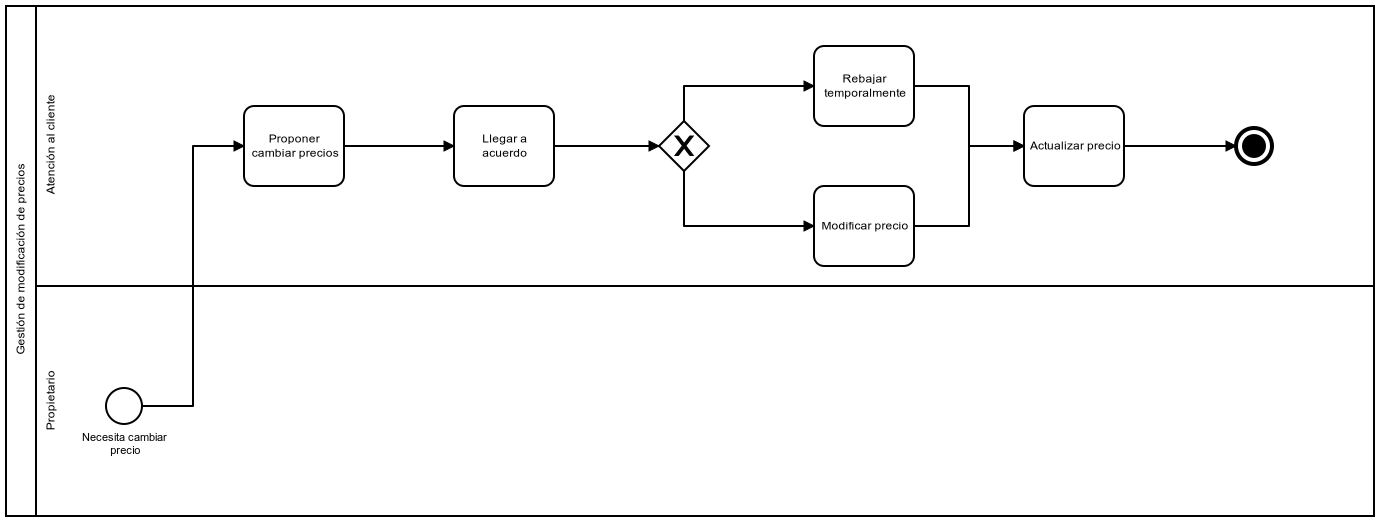
The BPMN diagram diagramas/diagramas actuales/Modificación precio productos.png in felipescalera/Proyecto-IR, before a commit. Its source is kept beside it as diagramas/diagramas actuales/Modificación precio productos.bpmn. Ids are renumbered. The source it was exported from:
```xml
<bpmn:definitions xmlns:xsi="http://www.w3.org/2001/XMLSchema-instance" xmlns:bpmn="http://www.omg.org/spec/BPMN/20100524/MODEL" xmlns:bpmndi="http://www.omg.org/spec/BPMN/20100524/DI" xmlns:dc="http://www.omg.org/spec/DD/20100524/DC" xmlns:di="http://www.omg.org/spec/DD/20100524/DI" id="Definitions_n1" targetNamespace="http://bpmn.io/schema/bpmn" exporter="bpmn-js (https://demo.bpmn.io)" exporterVersion="7.5.0">
  <bpmn:collaboration id="Collaboration_n2">
    <bpmn:participant id="Participant_n3" name="Gestión de modificación de precios" processRef="Process_n4" />
  </bpmn:collaboration>
  <bpmn:process id="Process_n4" isExecutable="false">
    <bpmn:laneSet id="LaneSet_n5">
      <bpmn:lane id="Lane_n6" name="Propietario">
        <bpmn:flowNodeRef>StartEvent_n7</bpmn:flowNodeRef>
      </bpmn:lane>
      <bpmn:lane id="Lane_n8" name="Atención al cliente">
        <bpmn:flowNodeRef>Activity_n9</bpmn:flowNodeRef>
        <bpmn:flowNodeRef>Activity_n10</bpmn:flowNodeRef>
        <bpmn:flowNodeRef>Gateway_n11</bpmn:flowNodeRef>
        <bpmn:flowNodeRef>Activity_n12</bpmn:flowNodeRef>
        <bpmn:flowNodeRef>Activity_n13</bpmn:flowNodeRef>
        <bpmn:flowNodeRef>Activity_n14</bpmn:flowNodeRef>
        <bpmn:flowNodeRef>Event_n15</bpmn:flowNodeRef>
      </bpmn:lane>
    </bpmn:laneSet>
    <bpmn:startEvent id="StartEvent_n7" name="Necesita cambiar precio">
      <bpmn:outgoing>Flow_n16</bpmn:outgoing>
    </bpmn:startEvent>
    <bpmn:task id="Activity_n9" name="Proponer cambiar precios">
      <bpmn:incoming>Flow_n16</bpmn:incoming>
      <bpmn:outgoing>Flow_n17</bpmn:outgoing>
    </bpmn:task>
    <bpmn:task id="Activity_n10" name="Llegar a acuerdo">
      <bpmn:incoming>Flow_n17</bpmn:incoming>
      <bpmn:outgoing>Flow_n18</bpmn:outgoing>
    </bpmn:task>
    <bpmn:exclusiveGateway id="Gateway_n11">
      <bpmn:incoming>Flow_n18</bpmn:incoming>
      <bpmn:outgoing>Flow_n19</bpmn:outgoing>
      <bpmn:outgoing>Flow_n20</bpmn:outgoing>
    </bpmn:exclusiveGateway>
    <bpmn:task id="Activity_n12" name="Rebajar temporalmente">
      <bpmn:incoming>Flow_n19</bpmn:incoming>
      <bpmn:outgoing>Flow_n21</bpmn:outgoing>
    </bpmn:task>
    <bpmn:task id="Activity_n13" name="Modificar precio">
      <bpmn:incoming>Flow_n20</bpmn:incoming>
      <bpmn:outgoing>Flow_n22</bpmn:outgoing>
    </bpmn:task>
    <bpmn:task id="Activity_n14" name="Actualizar precio">
      <bpmn:incoming>Flow_n21</bpmn:incoming>
      <bpmn:incoming>Flow_n22</bpmn:incoming>
      <bpmn:outgoing>Flow_n23</bpmn:outgoing>
    </bpmn:task>
    <bpmn:endEvent id="Event_n15">
      <bpmn:incoming>Flow_n23</bpmn:incoming>
      <bpmn:terminateEventDefinition id="TerminateEventDefinition_n24" />
    </bpmn:endEvent>
    <bpmn:sequenceFlow id="Flow_n16" sourceRef="StartEvent_n7" targetRef="Activity_n9" />
    <bpmn:sequenceFlow id="Flow_n17" sourceRef="Activity_n9" targetRef="Activity_n10" />
    <bpmn:sequenceFlow id="Flow_n18" sourceRef="Activity_n10" targetRef="Gateway_n11" />
    <bpmn:sequenceFlow id="Flow_n19" sourceRef="Gateway_n11" targetRef="Activity_n12" />
    <bpmn:sequenceFlow id="Flow_n20" sourceRef="Gateway_n11" targetRef="Activity_n13" />
    <bpmn:sequenceFlow id="Flow_n21" sourceRef="Activity_n12" targetRef="Activity_n14" />
    <bpmn:sequenceFlow id="Flow_n22" sourceRef="Activity_n13" targetRef="Activity_n14" />
    <bpmn:sequenceFlow id="Flow_n23" sourceRef="Activity_n14" targetRef="Event_n15" />
  </bpmn:process>
  <bpmndi:BPMNDiagram id="BPMNDiagram_1">
    <bpmndi:BPMNPlane id="BPMNPlane_1" bpmnElement="Collaboration_n2">
      <bpmndi:BPMNShape id="Participant_n3_di" bpmnElement="Participant_n3" isHorizontal="true">
        <dc:Bounds x="152" y="80" width="1368" height="510" />
      </bpmndi:BPMNShape>
      <bpmndi:BPMNShape id="Lane_n6_di" bpmnElement="Lane_n6" isHorizontal="true">
        <dc:Bounds x="182" y="360" width="1338" height="230" />
      </bpmndi:BPMNShape>
      <bpmndi:BPMNShape id="Lane_n8_di" bpmnElement="Lane_n8" isHorizontal="true">
        <dc:Bounds x="182" y="80" width="1338" height="280" />
      </bpmndi:BPMNShape>
      <bpmndi:BPMNEdge id="Flow_n16_di" bpmnElement="Flow_n16">
        <di:waypoint x="288" y="480" />
        <di:waypoint x="339" y="480" />
        <di:waypoint x="339" y="220" />
        <di:waypoint x="390" y="220" />
      </bpmndi:BPMNEdge>
      <bpmndi:BPMNEdge id="Flow_n17_di" bpmnElement="Flow_n17">
        <di:waypoint x="490" y="220" />
        <di:waypoint x="600" y="220" />
      </bpmndi:BPMNEdge>
      <bpmndi:BPMNEdge id="Flow_n18_di" bpmnElement="Flow_n18">
        <di:waypoint x="700" y="220" />
        <di:waypoint x="805" y="220" />
      </bpmndi:BPMNEdge>
      <bpmndi:BPMNEdge id="Flow_n19_di" bpmnElement="Flow_n19">
        <di:waypoint x="830" y="195" />
        <di:waypoint x="830" y="160" />
        <di:waypoint x="960" y="160" />
      </bpmndi:BPMNEdge>
      <bpmndi:BPMNEdge id="Flow_n20_di" bpmnElement="Flow_n20">
        <di:waypoint x="830" y="245" />
        <di:waypoint x="830" y="300" />
        <di:waypoint x="960" y="300" />
      </bpmndi:BPMNEdge>
      <bpmndi:BPMNEdge id="Flow_n21_di" bpmnElement="Flow_n21">
        <di:waypoint x="1060" y="160" />
        <di:waypoint x="1115" y="160" />
        <di:waypoint x="1115" y="220" />
        <di:waypoint x="1170" y="220" />
      </bpmndi:BPMNEdge>
      <bpmndi:BPMNEdge id="Flow_n22_di" bpmnElement="Flow_n22">
        <di:waypoint x="1060" y="300" />
        <di:waypoint x="1115" y="300" />
        <di:waypoint x="1115" y="220" />
        <di:waypoint x="1170" y="220" />
      </bpmndi:BPMNEdge>
      <bpmndi:BPMNEdge id="Flow_n23_di" bpmnElement="Flow_n23">
        <di:waypoint x="1270" y="220" />
        <di:waypoint x="1382" y="220" />
      </bpmndi:BPMNEdge>
      <bpmndi:BPMNShape id="_BPMNShape_StartEvent_2" bpmnElement="StartEvent_n7">
        <dc:Bounds x="252" y="462" width="36" height="36" />
        <bpmndi:BPMNLabel>
          <dc:Bounds x="228" y="505" width="87" height="27" />
        </bpmndi:BPMNLabel>
      </bpmndi:BPMNShape>
      <bpmndi:BPMNShape id="Activity_n9_di" bpmnElement="Activity_n9">
        <dc:Bounds x="390" y="180" width="100" height="80" />
      </bpmndi:BPMNShape>
      <bpmndi:BPMNShape id="Activity_n10_di" bpmnElement="Activity_n10">
        <dc:Bounds x="600" y="180" width="100" height="80" />
      </bpmndi:BPMNShape>
      <bpmndi:BPMNShape id="Gateway_n11_di" bpmnElement="Gateway_n11" isMarkerVisible="true">
        <dc:Bounds x="805" y="195" width="50" height="50" />
      </bpmndi:BPMNShape>
      <bpmndi:BPMNShape id="Activity_n12_di" bpmnElement="Activity_n12">
        <dc:Bounds x="960" y="120" width="100" height="80" />
      </bpmndi:BPMNShape>
      <bpmndi:BPMNShape id="Activity_n13_di" bpmnElement="Activity_n13">
        <dc:Bounds x="960" y="260" width="100" height="80" />
      </bpmndi:BPMNShape>
      <bpmndi:BPMNShape id="Activity_n14_di" bpmnElement="Activity_n14">
        <dc:Bounds x="1170" y="180" width="100" height="80" />
      </bpmndi:BPMNShape>
      <bpmndi:BPMNShape id="Event_0grjish_di" bpmnElement="Event_n15">
        <dc:Bounds x="1382" y="202" width="36" height="36" />
      </bpmndi:BPMNShape>
    </bpmndi:BPMNPlane>
  </bpmndi:BPMNDiagram>
</bpmn:definitions>
```
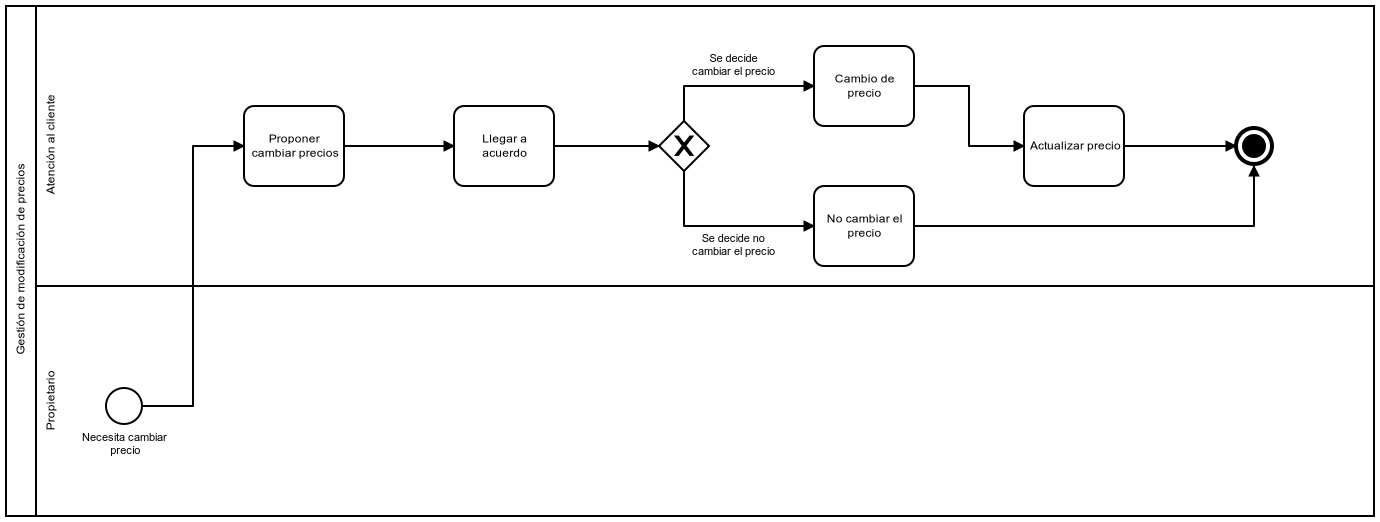
Above is the later version.

The edit, as a diff of the source:
```diff
@@ -33,30 +33,30 @@
       <bpmn:outgoing>Flow_n19</bpmn:outgoing>
       <bpmn:outgoing>Flow_n20</bpmn:outgoing>
     </bpmn:exclusiveGateway>
-    <bpmn:task id="Activity_n12" name="Rebajar temporalmente">
+    <bpmn:task id="Activity_n12" name="Cambio de precio">
       <bpmn:incoming>Flow_n19</bpmn:incoming>
       <bpmn:outgoing>Flow_n21</bpmn:outgoing>
     </bpmn:task>
-    <bpmn:task id="Activity_n13" name="Modificar precio">
+    <bpmn:task id="Activity_n13" name="No cambiar el precio">
       <bpmn:incoming>Flow_n20</bpmn:incoming>
       <bpmn:outgoing>Flow_n22</bpmn:outgoing>
     </bpmn:task>
     <bpmn:task id="Activity_n14" name="Actualizar precio">
       <bpmn:incoming>Flow_n21</bpmn:incoming>
-      <bpmn:incoming>Flow_n22</bpmn:incoming>
       <bpmn:outgoing>Flow_n23</bpmn:outgoing>
     </bpmn:task>
     <bpmn:endEvent id="Event_n15">
       <bpmn:incoming>Flow_n23</bpmn:incoming>
+      <bpmn:incoming>Flow_n22</bpmn:incoming>
       <bpmn:terminateEventDefinition id="TerminateEventDefinition_n24" />
     </bpmn:endEvent>
     <bpmn:sequenceFlow id="Flow_n16" sourceRef="StartEvent_n7" targetRef="Activity_n9" />
     <bpmn:sequenceFlow id="Flow_n17" sourceRef="Activity_n9" targetRef="Activity_n10" />
     <bpmn:sequenceFlow id="Flow_n18" sourceRef="Activity_n10" targetRef="Gateway_n11" />
-    <bpmn:sequenceFlow id="Flow_n19" sourceRef="Gateway_n11" targetRef="Activity_n12" />
-    <bpmn:sequenceFlow id="Flow_n20" sourceRef="Gateway_n11" targetRef="Activity_n13" />
+    <bpmn:sequenceFlow id="Flow_n19" name="Se decide cambiar el precio" sourceRef="Gateway_n11" targetRef="Activity_n12" />
+    <bpmn:sequenceFlow id="Flow_n20" name="Se decide no cambiar el precio" sourceRef="Gateway_n11" targetRef="Activity_n13" />
     <bpmn:sequenceFlow id="Flow_n21" sourceRef="Activity_n12" targetRef="Activity_n14" />
-    <bpmn:sequenceFlow id="Flow_n22" sourceRef="Activity_n13" targetRef="Activity_n14" />
+    <bpmn:sequenceFlow id="Flow_n22" sourceRef="Activity_n13" targetRef="Event_n15" />
     <bpmn:sequenceFlow id="Flow_n23" sourceRef="Activity_n14" targetRef="Event_n15" />
   </bpmn:process>
   <bpmndi:BPMNDiagram id="BPMNDiagram_1">
@@ -64,35 +64,20 @@
       <bpmndi:BPMNShape id="Participant_n3_di" bpmnElement="Participant_n3" isHorizontal="true">
         <dc:Bounds x="152" y="80" width="1368" height="510" />
       </bpmndi:BPMNShape>
+      <bpmndi:BPMNShape id="Lane_n8_di" bpmnElement="Lane_n8" isHorizontal="true">
+        <dc:Bounds x="182" y="80" width="1338" height="280" />
+      </bpmndi:BPMNShape>
       <bpmndi:BPMNShape id="Lane_n6_di" bpmnElement="Lane_n6" isHorizontal="true">
         <dc:Bounds x="182" y="360" width="1338" height="230" />
       </bpmndi:BPMNShape>
-      <bpmndi:BPMNShape id="Lane_n8_di" bpmnElement="Lane_n8" isHorizontal="true">
-        <dc:Bounds x="182" y="80" width="1338" height="280" />
-      </bpmndi:BPMNShape>
-      <bpmndi:BPMNEdge id="Flow_n16_di" bpmnElement="Flow_n16">
-        <di:waypoint x="288" y="480" />
-        <di:waypoint x="339" y="480" />
-        <di:waypoint x="339" y="220" />
-        <di:waypoint x="390" y="220" />
+      <bpmndi:BPMNEdge id="Flow_n23_di" bpmnElement="Flow_n23">
+        <di:waypoint x="1270" y="220" />
+        <di:waypoint x="1382" y="220" />
       </bpmndi:BPMNEdge>
-      <bpmndi:BPMNEdge id="Flow_n17_di" bpmnElement="Flow_n17">
-        <di:waypoint x="490" y="220" />
-        <di:waypoint x="600" y="220" />
-      </bpmndi:BPMNEdge>
-      <bpmndi:BPMNEdge id="Flow_n18_di" bpmnElement="Flow_n18">
-        <di:waypoint x="700" y="220" />
-        <di:waypoint x="805" y="220" />
-      </bpmndi:BPMNEdge>
-      <bpmndi:BPMNEdge id="Flow_n19_di" bpmnElement="Flow_n19">
-        <di:waypoint x="830" y="195" />
-        <di:waypoint x="830" y="160" />
-        <di:waypoint x="960" y="160" />
-      </bpmndi:BPMNEdge>
-      <bpmndi:BPMNEdge id="Flow_n20_di" bpmnElement="Flow_n20">
-        <di:waypoint x="830" y="245" />
-        <di:waypoint x="830" y="300" />
-        <di:waypoint x="960" y="300" />
+      <bpmndi:BPMNEdge id="Flow_n22_di" bpmnElement="Flow_n22">
+        <di:waypoint x="1060" y="300" />
+        <di:waypoint x="1400" y="300" />
+        <di:waypoint x="1400" y="240" />
       </bpmndi:BPMNEdge>
       <bpmndi:BPMNEdge id="Flow_n21_di" bpmnElement="Flow_n21">
         <di:waypoint x="1060" y="160" />
@@ -100,15 +85,35 @@
         <di:waypoint x="1115" y="220" />
         <di:waypoint x="1170" y="220" />
       </bpmndi:BPMNEdge>
-      <bpmndi:BPMNEdge id="Flow_n22_di" bpmnElement="Flow_n22">
-        <di:waypoint x="1060" y="300" />
-        <di:waypoint x="1115" y="300" />
-        <di:waypoint x="1115" y="220" />
-        <di:waypoint x="1170" y="220" />
+      <bpmndi:BPMNEdge id="Flow_n20_di" bpmnElement="Flow_n20">
+        <di:waypoint x="830" y="245" />
+        <di:waypoint x="830" y="300" />
+        <di:waypoint x="960" y="300" />
+        <bpmndi:BPMNLabel>
+          <dc:Bounds x="838" y="306" width="84" height="27" />
+        </bpmndi:BPMNLabel>
       </bpmndi:BPMNEdge>
-      <bpmndi:BPMNEdge id="Flow_n23_di" bpmnElement="Flow_n23">
-        <di:waypoint x="1270" y="220" />
-        <di:waypoint x="1382" y="220" />
+      <bpmndi:BPMNEdge id="Flow_n19_di" bpmnElement="Flow_n19">
+        <di:waypoint x="830" y="195" />
+        <di:waypoint x="830" y="160" />
+        <di:waypoint x="960" y="160" />
+        <bpmndi:BPMNLabel>
+          <dc:Bounds x="838" y="126" width="84" height="27" />
+        </bpmndi:BPMNLabel>
+      </bpmndi:BPMNEdge>
+      <bpmndi:BPMNEdge id="Flow_n18_di" bpmnElement="Flow_n18">
+        <di:waypoint x="700" y="220" />
+        <di:waypoint x="805" y="220" />
+      </bpmndi:BPMNEdge>
+      <bpmndi:BPMNEdge id="Flow_n17_di" bpmnElement="Flow_n17">
+        <di:waypoint x="490" y="220" />
+        <di:waypoint x="600" y="220" />
+      </bpmndi:BPMNEdge>
+      <bpmndi:BPMNEdge id="Flow_n16_di" bpmnElement="Flow_n16">
+        <di:waypoint x="288" y="480" />
+        <di:waypoint x="339" y="480" />
+        <di:waypoint x="339" y="220" />
+        <di:waypoint x="390" y="220" />
       </bpmndi:BPMNEdge>
       <bpmndi:BPMNShape id="_BPMNShape_StartEvent_2" bpmnElement="StartEvent_n7">
         <dc:Bounds x="252" y="462" width="36" height="36" />
```
